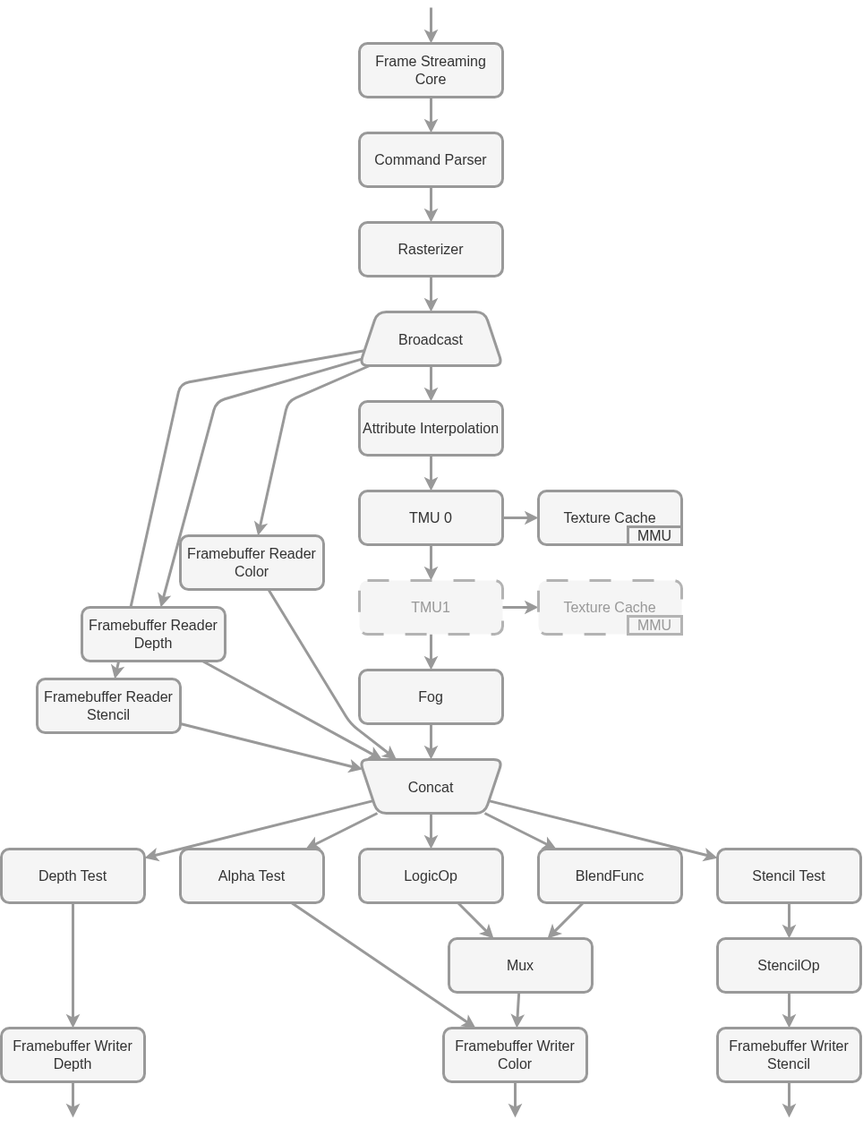
Above: pictures/fpgaFlow.drawio.png in ToNi3141/RasterIX (draw.io), before the change. Source tidied: cells renumbered, new cells last; positions are measured from the earlier drawing's top-left corner, leaving out a move shared by most shapes.
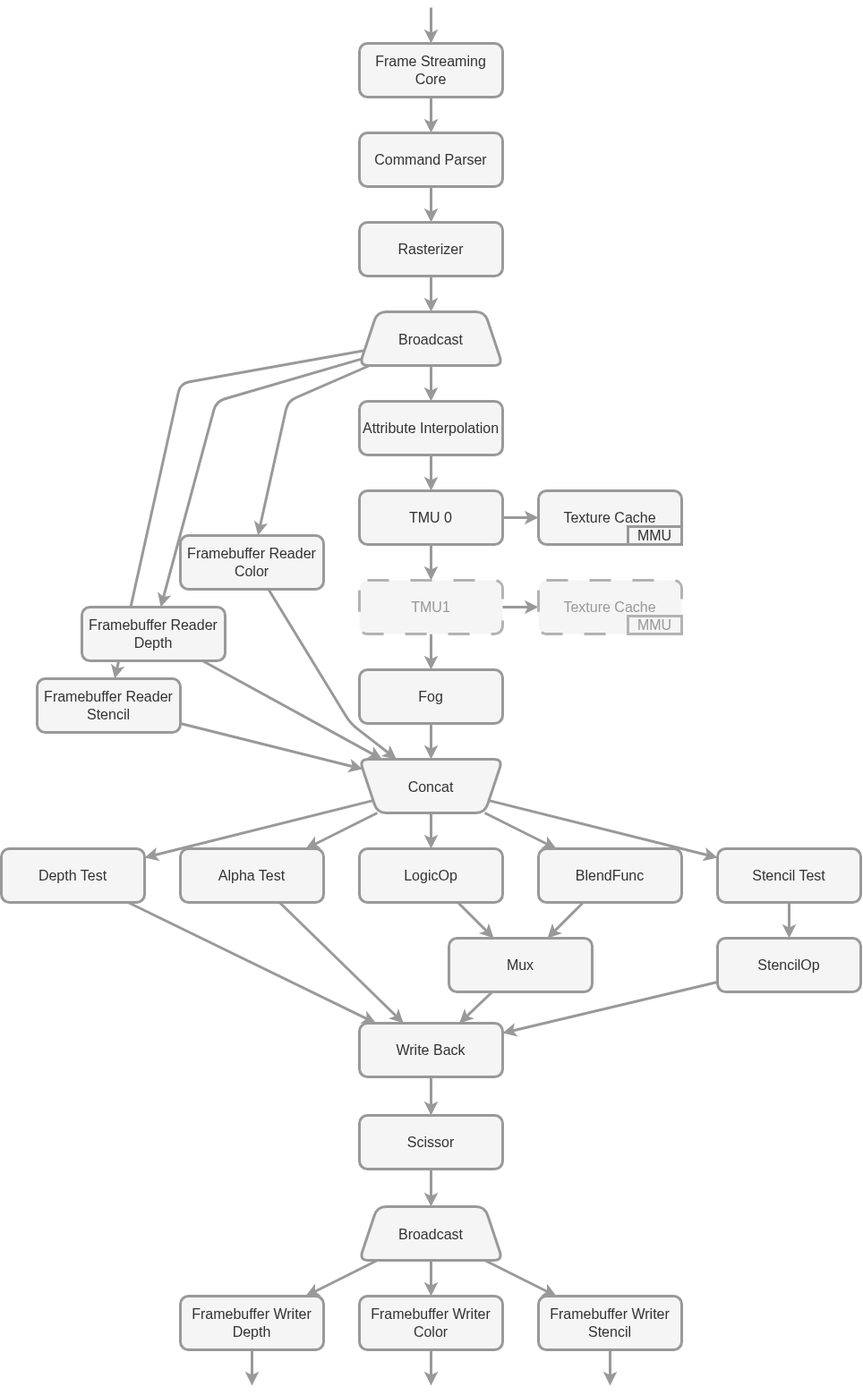
Above is the later version.

The edit, as a diff of the source:
```diff
@@ -66,19 +66,19 @@
     <mxCell id="21" value="BlendFunc" style="whiteSpace=wrap;html=1;strokeColor=light-dark(#999999,#999999);fillColor=#f5f5f5;fontSize=16;rounded=1;strokeWidth=3;fontColor=#333333;roundedPerimeter=1;shadow=0;" parent="1" vertex="1">
       <mxGeometry x="600" y="940" width="160" height="60" as="geometry" />
     </mxCell>
-    <mxCell id="22" style="edgeStyle=none;html=1;strokeColor=light-dark(#999999,#999999);strokeWidth=3;fillColor=#f5f5f5;shadow=0;" parent="1" edge="1" source="23" target="30">
+    <mxCell id="22" style="edgeStyle=none;html=1;strokeColor=light-dark(#999999,#999999);strokeWidth=3;fillColor=#f5f5f5;shadow=0;" parent="1" edge="1" source="23" target="61">
       <mxGeometry relative="1" as="geometry" />
     </mxCell>
     <mxCell id="23" value="Depth Test" style="whiteSpace=wrap;html=1;strokeColor=light-dark(#999999,#999999);fillColor=#f5f5f5;fontSize=16;rounded=1;strokeWidth=3;fontColor=#333333;roundedPerimeter=1;shadow=0;" parent="1" vertex="1">
       <mxGeometry y="940" width="160" height="60" as="geometry" />
     </mxCell>
-    <mxCell id="24" style="edgeStyle=none;html=1;strokeColor=light-dark(#999999,#999999);strokeWidth=3;fillColor=#f5f5f5;shadow=0;" parent="1" edge="1" source="25" target="57">
+    <mxCell id="24" style="edgeStyle=none;html=1;strokeColor=light-dark(#999999,#999999);strokeWidth=3;fillColor=#f5f5f5;shadow=0;" parent="1" edge="1" source="25" target="61">
       <mxGeometry relative="1" as="geometry" />
     </mxCell>
     <mxCell id="25" value="StencilOp" style="whiteSpace=wrap;html=1;strokeColor=light-dark(#999999,#999999);fillColor=#f5f5f5;fontSize=16;rounded=1;strokeWidth=3;fontColor=#333333;roundedPerimeter=1;shadow=0;" parent="1" vertex="1">
       <mxGeometry x="800" y="1040" width="160" height="60" as="geometry" />
     </mxCell>
-    <mxCell id="26" style="edgeStyle=none;html=1;strokeColor=light-dark(#999999,#999999);strokeWidth=3;fillColor=#f5f5f5;shadow=0;" parent="1" edge="1" source="27" target="56">
+    <mxCell id="26" style="edgeStyle=none;html=1;strokeColor=light-dark(#999999,#999999);strokeWidth=3;fillColor=#f5f5f5;shadow=0;" parent="1" edge="1" source="27" target="61">
       <mxGeometry relative="1" as="geometry" />
     </mxCell>
     <mxCell id="27" value="Alpha Test" style="whiteSpace=wrap;html=1;strokeColor=light-dark(#999999,#999999);fillColor=#f5f5f5;fontSize=16;rounded=1;strokeWidth=3;fontColor=#333333;roundedPerimeter=1;shadow=0;" parent="1" vertex="1">
@@ -90,9 +90,6 @@
     <mxCell id="29" value="Stencil Test" style="whiteSpace=wrap;html=1;strokeColor=light-dark(#999999,#999999);fillColor=#f5f5f5;fontSize=16;rounded=1;strokeWidth=3;fontColor=#333333;roundedPerimeter=1;shadow=0;" parent="1" vertex="1">
       <mxGeometry x="800" y="940" width="160" height="60" as="geometry" />
     </mxCell>
-    <mxCell id="30" value="Framebuffer Writer&lt;br&gt;Depth" style="whiteSpace=wrap;html=1;fontSize=16;fillColor=#f5f5f5;strokeColor=light-dark(#999999,#999999);rounded=1;strokeWidth=3;fontColor=#333333;roundedPerimeter=1;shadow=0;" parent="1" vertex="1">
-      <mxGeometry y="1140" width="160" height="60" as="geometry" />
-    </mxCell>
     <mxCell id="31" style="edgeStyle=none;html=1;strokeColor=light-dark(#999999,#999999);startArrow=none;startFill=0;strokeWidth=3;fillColor=#f5f5f5;shadow=0;" parent="1" edge="1" source="15" target="32">
       <mxGeometry relative="1" as="geometry" />
     </mxCell>
@@ -158,13 +155,11 @@
     <mxCell id="47" value="Mux" style="whiteSpace=wrap;html=1;strokeColor=light-dark(#999999,#999999);fillColor=#f5f5f5;fontSize=16;rounded=1;strokeWidth=3;fontColor=#333333;roundedPerimeter=1;shadow=0;" parent="1" vertex="1">
       <mxGeometry x="500" y="1040" width="160" height="60" as="geometry" />
     </mxCell>
-    <mxCell id="48" style="edgeStyle=none;html=1;strokeColor=light-dark(#999999,#999999);strokeWidth=3;fillColor=#f5f5f5;shadow=0;" parent="1" edge="1" source="47" target="56">
+    <mxCell id="48" style="edgeStyle=none;html=1;strokeColor=light-dark(#999999,#999999);strokeWidth=3;fillColor=#f5f5f5;shadow=0;" parent="1" edge="1" source="47" target="61">
       <mxGeometry relative="1" as="geometry" />
     </mxCell>
-    <mxCell id="49" style="edgeStyle=none;html=1;strokeColor=light-dark(#999999,#999999);strokeWidth=3;rounded=0;fillColor=#f5f5f5;shadow=0;" parent="1" edge="1" source="57">
-      <mxGeometry relative="1" as="geometry">
-        <mxPoint x="880" y="1240" as="targetPoint" />
-      </mxGeometry>
+    <mxCell id="49" style="edgeStyle=none;html=1;strokeColor=light-dark(#999999,#999999);strokeWidth=3;rounded=0;fillColor=#f5f5f5;shadow=0;" parent="1" edge="1" source="60" target="56">
+      <mxGeometry relative="1" as="geometry" />
     </mxCell>
     <mxCell id="50" value="MMU" style="whiteSpace=wrap;html=1;fontSize=16;fillColor=#f5f5f5;strokeColor=light-dark(#999999,#999999);rounded=0;strokeWidth=3;fontColor=#333333;shadow=0;" parent="1" vertex="1">
       <mxGeometry x="700" y="580" width="60" height="20" as="geometry" />
@@ -184,21 +179,50 @@
     <mxCell id="55" value="Framebuffer Reader&lt;br&gt;Stencil" style="whiteSpace=wrap;html=1;fontSize=16;fillColor=#f5f5f5;strokeColor=light-dark(#999999,#999999);rounded=1;strokeWidth=3;fontColor=#333333;roundedPerimeter=1;shadow=0;" parent="1" vertex="1">
       <mxGeometry x="40" y="750" width="160" height="60" as="geometry" />
     </mxCell>
+    <mxCell id="58" style="edgeStyle=none;html=1;strokeColor=light-dark(#999999,#999999);strokeWidth=3;rounded=0;fillColor=#f5f5f5;shadow=0;" parent="1" edge="1" source="60" target="57">
+      <mxGeometry relative="1" as="geometry" />
+    </mxCell>
+    <mxCell id="59" style="edgeStyle=none;html=1;strokeColor=light-dark(#999999,#999999);strokeWidth=3;rounded=0;fillColor=#f5f5f5;shadow=0;" parent="1" edge="1" source="60" target="30">
+      <mxGeometry relative="1" as="geometry" />
+    </mxCell>
+    <mxCell id="60" value="Broadcast" style="shape=trapezoid;perimeter=trapezoidPerimeter;whiteSpace=wrap;html=1;shapeInside=1;fixedSize=1;rotation=0;fillColor=#f5f5f5;strokeColor=light-dark(#999999,#999999);flipH=1;legacyAnchorPoints=0;flipV=0;fontSize=16;strokeWidth=3;fontColor=#333333;rounded=1;roundedPerimeter=1;shadow=0;" parent="1" vertex="1">
+      <mxGeometry x="400" y="1340" width="160" height="60" as="geometry" />
+    </mxCell>
+    <mxCell id="61" value="Write Back" style="whiteSpace=wrap;html=1;strokeColor=light-dark(#999999,#999999);fillColor=#f5f5f5;fontSize=16;rounded=1;strokeWidth=3;fontColor=#333333;roundedPerimeter=1;shadow=0;" parent="1" vertex="1">
+      <mxGeometry x="400" y="1135" width="160" height="60" as="geometry" />
+    </mxCell>
+    <mxCell id="62" style="edgeStyle=none;html=1;strokeColor=light-dark(#999999,#999999);strokeWidth=3;rounded=0;fillColor=#f5f5f5;shadow=0;" parent="1" edge="1" source="61" target="66">
+      <mxGeometry relative="1" as="geometry" />
+    </mxCell>
+    <mxCell id="30" value="Framebuffer Writer&lt;br&gt;Depth" style="whiteSpace=wrap;html=1;fontSize=16;fillColor=#f5f5f5;strokeColor=light-dark(#999999,#999999);rounded=1;strokeWidth=3;fontColor=#333333;roundedPerimeter=1;shadow=0;" parent="1" vertex="1">
+      <mxGeometry x="200" y="1440" width="160" height="60" as="geometry" />
+    </mxCell>
     <mxCell id="56" value="Framebuffer Writer&lt;br&gt;Color" style="whiteSpace=wrap;html=1;fontSize=16;fillColor=#f5f5f5;strokeColor=light-dark(#999999,#999999);rounded=1;strokeWidth=3;fontColor=#333333;roundedPerimeter=1;shadow=0;" parent="1" vertex="1">
-      <mxGeometry x="494" y="1140" width="160" height="60" as="geometry" />
+      <mxGeometry x="400" y="1440" width="160" height="60" as="geometry" />
     </mxCell>
     <mxCell id="57" value="Framebuffer Writer&lt;br&gt;Stencil" style="whiteSpace=wrap;html=1;fontSize=16;fillColor=#f5f5f5;strokeColor=light-dark(#999999,#999999);rounded=1;strokeWidth=3;fontColor=#333333;roundedPerimeter=1;shadow=0;" parent="1" vertex="1">
-      <mxGeometry x="800" y="1140" width="160" height="60" as="geometry" />
+      <mxGeometry x="600" y="1440" width="160" height="60" as="geometry" />
     </mxCell>
-    <mxCell id="58" style="edgeStyle=none;html=1;strokeColor=light-dark(#999999,#999999);strokeWidth=3;rounded=0;fillColor=#f5f5f5;shadow=0;" parent="1" edge="1" source="56">
-      <mxGeometry relative="1" as="geometry">
-        <mxPoint x="574" y="1240" as="targetPoint" />
-      </mxGeometry>
-    </mxCell>
-    <mxCell id="59" style="edgeStyle=none;html=1;strokeColor=light-dark(#999999,#999999);strokeWidth=3;rounded=0;fillColor=#f5f5f5;shadow=0;" parent="1" edge="1" source="30">
-      <mxGeometry relative="1" as="geometry">
-        <mxPoint x="80" y="1240" as="targetPoint" />
-      </mxGeometry>
-    </mxCell>
+    <mxCell id="63" style="edgeStyle=none;html=1;strokeColor=light-dark(#999999,#999999);strokeWidth=3;rounded=0;fillColor=#f5f5f5;shadow=0;" parent="1" edge="1" source="57">
+      <mxGeometry relative="1" as="geometry">
+        <mxPoint x="680" y="1540" as="targetPoint" />
+      </mxGeometry>
+    </mxCell>
+    <mxCell id="64" style="edgeStyle=none;html=1;strokeColor=light-dark(#999999,#999999);strokeWidth=3;rounded=0;fillColor=#f5f5f5;shadow=0;" parent="1" edge="1" source="56">
+      <mxGeometry x="0.27" relative="1" as="geometry">
+        <mxPoint x="480" y="1540" as="targetPoint" />
+      </mxGeometry>
+    </mxCell>
+    <mxCell id="65" style="edgeStyle=none;html=1;strokeColor=light-dark(#999999,#999999);strokeWidth=3;rounded=0;fillColor=#f5f5f5;shadow=0;" parent="1" edge="1" source="30">
+      <mxGeometry relative="1" as="geometry">
+        <mxPoint x="280" y="1540" as="targetPoint" />
+      </mxGeometry>
+    </mxCell>
+    <mxCell id="66" value="Scissor" style="whiteSpace=wrap;html=1;strokeColor=light-dark(#999999,#999999);fillColor=#f5f5f5;fontSize=16;rounded=1;strokeWidth=3;fontColor=#333333;roundedPerimeter=1;shadow=0;" parent="1" vertex="1">
+      <mxGeometry x="400" y="1238" width="160" height="60" as="geometry" />
+    </mxCell>
+    <mxCell id="67" style="edgeStyle=none;html=1;strokeColor=light-dark(#999999,#999999);strokeWidth=3;rounded=0;fillColor=#f5f5f5;shadow=0;" parent="1" edge="1" source="66" target="60">
+      <mxGeometry relative="1" as="geometry" />
+    </mxCell>
   </root>
 </mxGraphModel>
```
